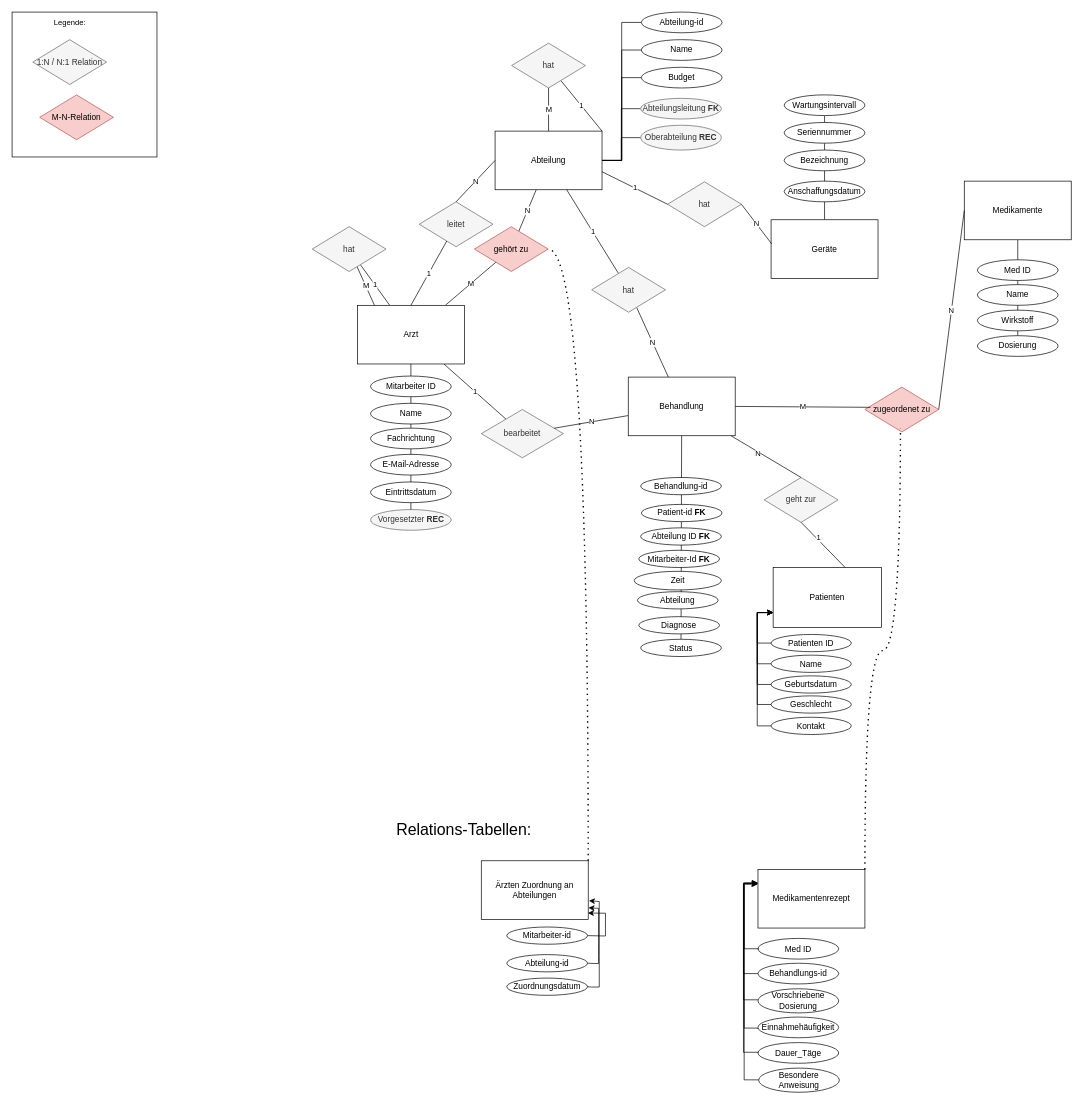
contraintuitiv/datenbanksysteme keeps this draw.io diagram as aufgabe04/AufgabeA_VarianteVal.drawio. Above is the earlier version. Source tidied: cells renumbered, new cells numbered last; positions are measured from the earlier drawing's top-left corner, leaving out a move shared by most shapes. Both pictures are drawn from the tidied source at 69%, with x=0, y=0 at pixel (12, 12).
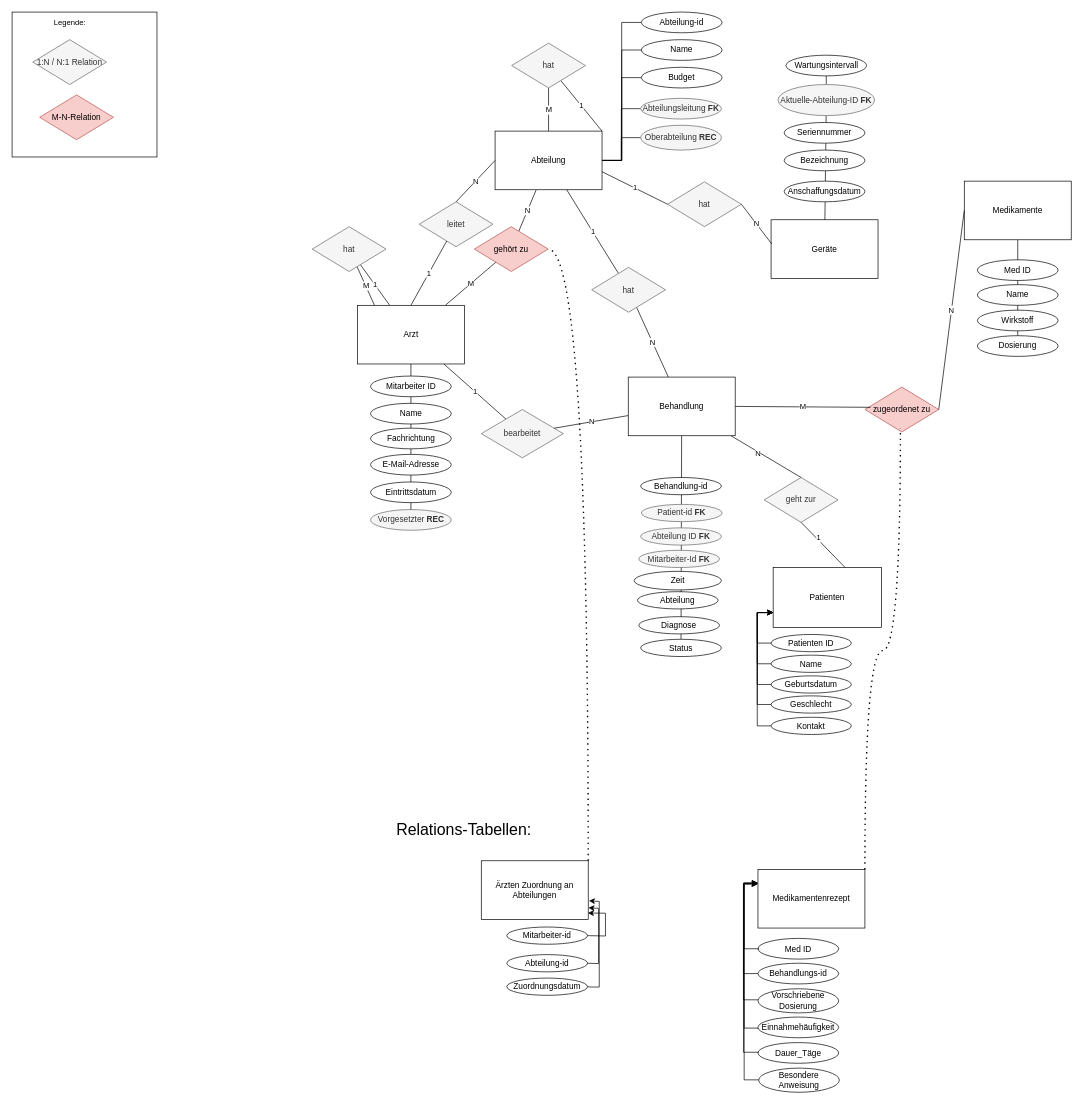
The same page after the edit.

The change refers to these unchanged cells:
```xml
<mxCell id="15" value="Geräte" style="rounded=0;whiteSpace=wrap;html=1;" parent="1" vertex="1">
  <mxGeometry x="1100" y="301" width="155" height="85" as="geometry" />
</mxCell>
```

Diff of the diagram source:
```diff
@@
-    <mxCell id="14" style="edgeStyle=none;shape=connector;rounded=0;jettySize=auto;html=1;strokeColor=default;align=center;verticalAlign=middle;fontFamily=Helvetica;fontSize=11;fontColor=default;labelBackgroundColor=default;endArrow=none;endFill=0;" parent="1" edge="1" source="15" target="21">
+    <mxCell id="14" style="edgeStyle=none;shape=connector;rounded=0;jettySize=auto;html=1;strokeColor=default;align=center;verticalAlign=middle;fontFamily=Helvetica;fontSize=11;fontColor=default;labelBackgroundColor=default;endArrow=none;endFill=0;" parent="1" edge="1" source="117" target="21">
       <mxGeometry relative="1" as="geometry" />
     </mxCell>
@@
-    <mxCell id="18" value="Seriennummer" style="ellipse;whiteSpace=wrap;html=1;" parent="1" vertex="1">
-      <mxGeometry x="1119" y="160" width="117" height="30" as="geometry" />
-    </mxCell>
-    <mxCell id="19" value="Bezeichnung" style="ellipse;whiteSpace=wrap;html=1;" parent="1" vertex="1">
-      <mxGeometry x="1119" y="200" width="117" height="30" as="geometry" />
-    </mxCell>
-    <mxCell id="20" value="Anschaffungsdatum" style="ellipse;whiteSpace=wrap;html=1;" parent="1" vertex="1">
-      <mxGeometry x="1119" y="245" width="117" height="30" as="geometry" />
-    </mxCell>
     <mxCell id="21" value="Wartungsintervall" style="ellipse;whiteSpace=wrap;html=1;" parent="1" vertex="1">
-      <mxGeometry x="1119" y="120" width="117" height="30" as="geometry" />
+      <mxGeometry x="1121.5" y="62.5" width="117" height="30" as="geometry" />
     </mxCell>
@@
-    <mxCell id="81" value="Patient-id&amp;nbsp;&lt;b&gt;FK&lt;/b&gt;" style="ellipse;whiteSpace=wrap;html=1;" parent="1" vertex="1">
+    <mxCell id="81" value="Patient-id&amp;nbsp;&lt;b&gt;FK&lt;/b&gt;" style="ellipse;whiteSpace=wrap;html=1;fillColor=#f5f5f5;fontColor=#333333;strokeColor=#666666;" parent="1" vertex="1">
       <mxGeometry x="912" y="713.5" width="117" height="25" as="geometry" />
     </mxCell>
@@
-    <mxCell id="85" value="Mitarbeiter-Id &lt;b&gt;FK&lt;/b&gt;" style="ellipse;whiteSpace=wrap;html=1;" parent="1" vertex="1">
+    <mxCell id="85" value="Mitarbeiter-Id &lt;b&gt;FK&lt;/b&gt;" style="ellipse;whiteSpace=wrap;html=1;fillColor=#f5f5f5;fontColor=#333333;strokeColor=#666666;" parent="1" vertex="1">
       <mxGeometry x="908.3" y="780" width="117" height="25" as="geometry" />
     </mxCell>
@@
-    <mxCell id="91" value="Abteilung ID &lt;b&gt;FK&lt;/b&gt;" style="ellipse;whiteSpace=wrap;html=1;" parent="1" vertex="1">
+    <mxCell id="91" value="Abteilung ID &lt;b&gt;FK&lt;/b&gt;" style="ellipse;whiteSpace=wrap;html=1;fillColor=#f5f5f5;fontColor=#333333;strokeColor=#666666;" parent="1" vertex="1">
       <mxGeometry x="911" y="747.5" width="117" height="25" as="geometry" />
     </mxCell>
@@
+    <mxCell id="116" style="edgeStyle=none;shape=connector;rounded=0;jettySize=auto;html=1;strokeColor=default;align=center;verticalAlign=middle;fontFamily=Helvetica;fontSize=11;fontColor=default;labelBackgroundColor=default;endArrow=none;endFill=0;" parent="1" edge="1" source="15" target="117">
+      <mxGeometry relative="1" as="geometry" />
+    </mxCell>
+    <mxCell id="117" value="Aktuelle-Abteilung-ID &lt;b&gt;FK&lt;/b&gt;" style="ellipse;whiteSpace=wrap;html=1;fillColor=#f5f5f5;fontColor=#333333;strokeColor=#666666;" parent="1" vertex="1">
+      <mxGeometry x="1110" y="105" width="140" height="45" as="geometry" />
+    </mxCell>
+    <mxCell id="18" value="Seriennummer" style="ellipse;whiteSpace=wrap;html=1;" parent="1" vertex="1">
+      <mxGeometry x="1119" y="160" width="117" height="30" as="geometry" />
+    </mxCell>
+    <mxCell id="19" value="Bezeichnung" style="ellipse;whiteSpace=wrap;html=1;" parent="1" vertex="1">
+      <mxGeometry x="1119" y="200" width="117" height="30" as="geometry" />
+    </mxCell>
+    <mxCell id="20" value="Anschaffungsdatum" style="ellipse;whiteSpace=wrap;html=1;" parent="1" vertex="1">
+      <mxGeometry x="1119" y="245" width="117" height="30" as="geometry" />
+    </mxCell>
```
